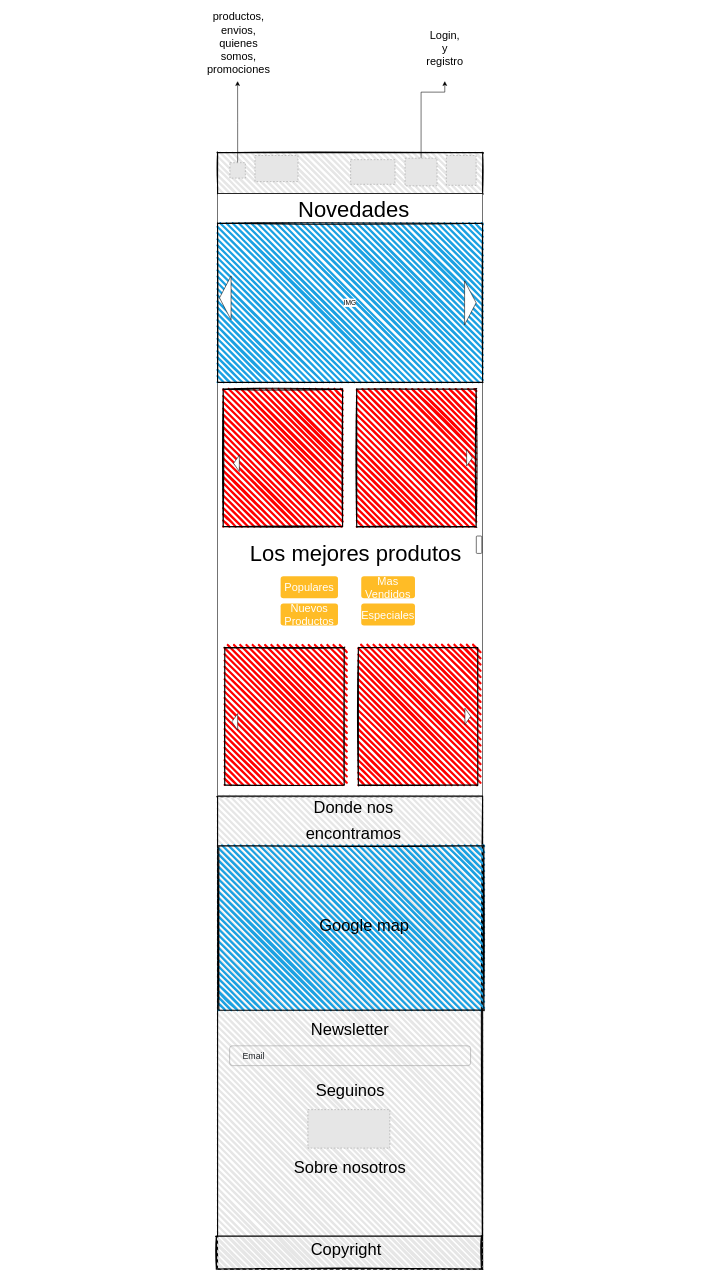
This is page "Page-1" (1 of 3) of Bocetos/Bocetos-de-Home/Home-480.drawio from Evaristodantur/BierClub, a draw.io file, before an edit. Source tidied: cells renumbered, new cells numbered last; positions are measured from the earlier drawing's top-left corner, leaving out a move shared by most shapes. Both pictures are drawn from the tidied source at 55%, with x=0, y=0 at pixel (9, 37). Pictures stored in the file or linked from it are replaced by grey dashed boxes.
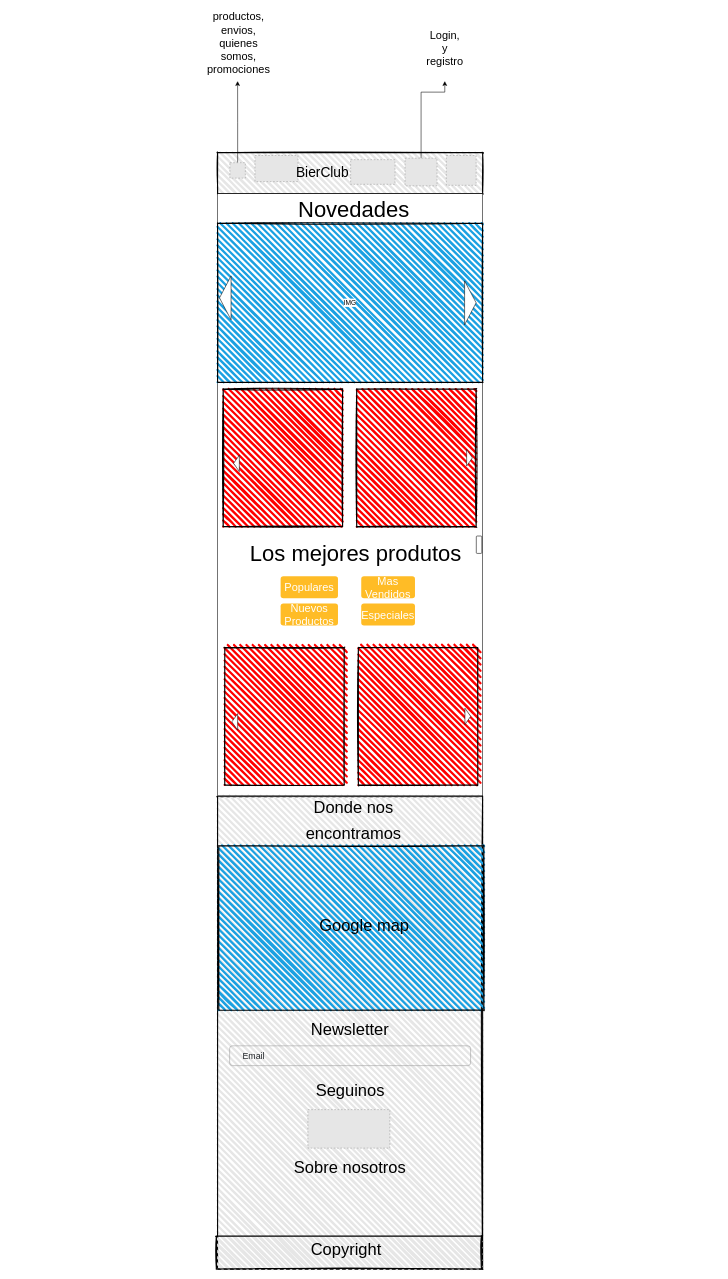
After the change.

Diff of the diagram source:
```diff
@@
+    <mxCell id="45" value="&lt;font style=&quot;font-size: 25px&quot;&gt;BierClub&lt;/font&gt;" style="text;html=1;strokeColor=none;fillColor=none;align=center;verticalAlign=middle;whiteSpace=wrap;rounded=0;fontSize=40;" parent="1" vertex="1">
+      <mxGeometry x="480" y="229" width="177.9" height="19.9" as="geometry" />
+    </mxCell>
```
